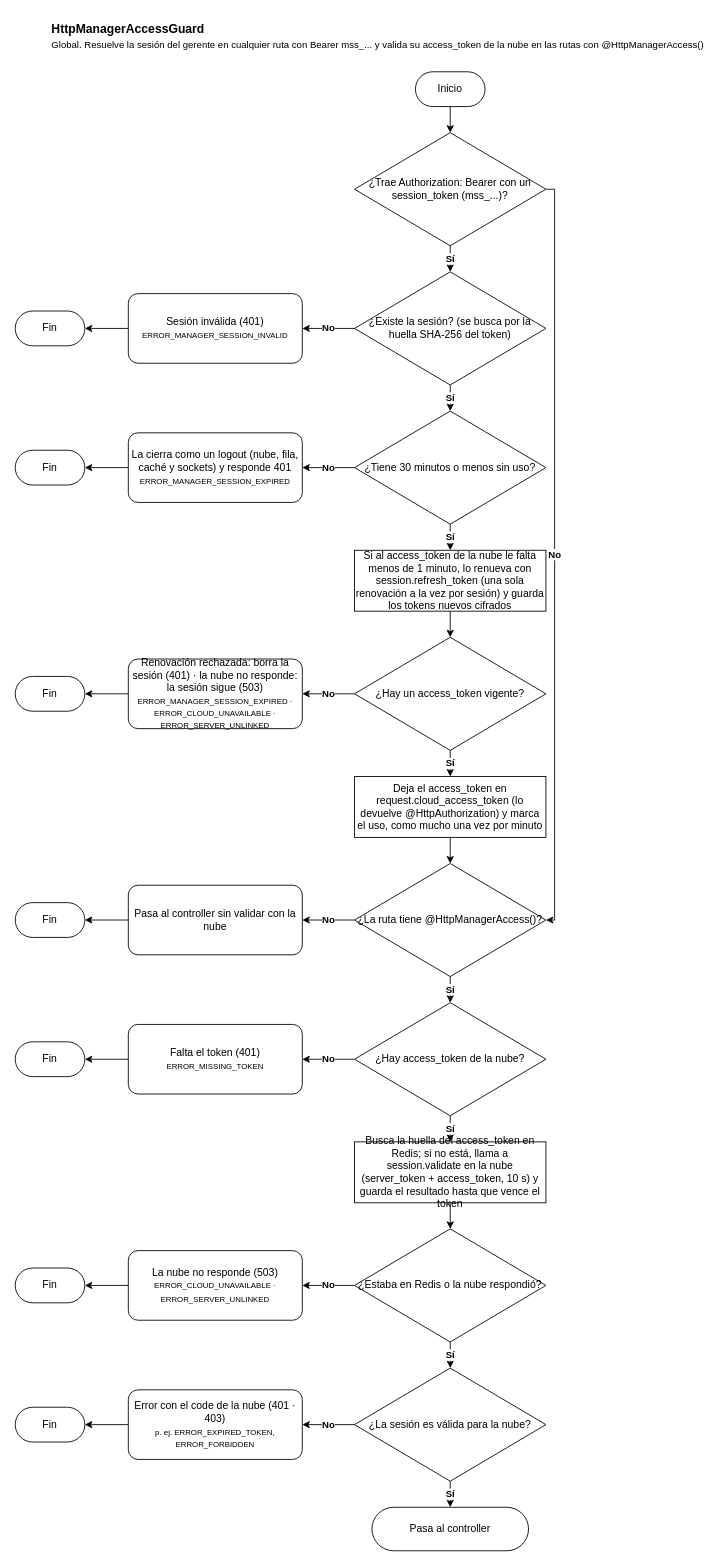
The draw.io diagram documents/diagrams/workflows/common/local/manager-access-guard.drawio in Andry510/miyabi-restaurant-server, before the edit. Source tidied: cells renumbered, new cells numbered last; positions are measured from the earlier drawing's top-left corner, leaving out a move shared by most shapes. Both pictures are drawn from the tidied source at 87%, with x=0, y=0 at pixel (15, 15).
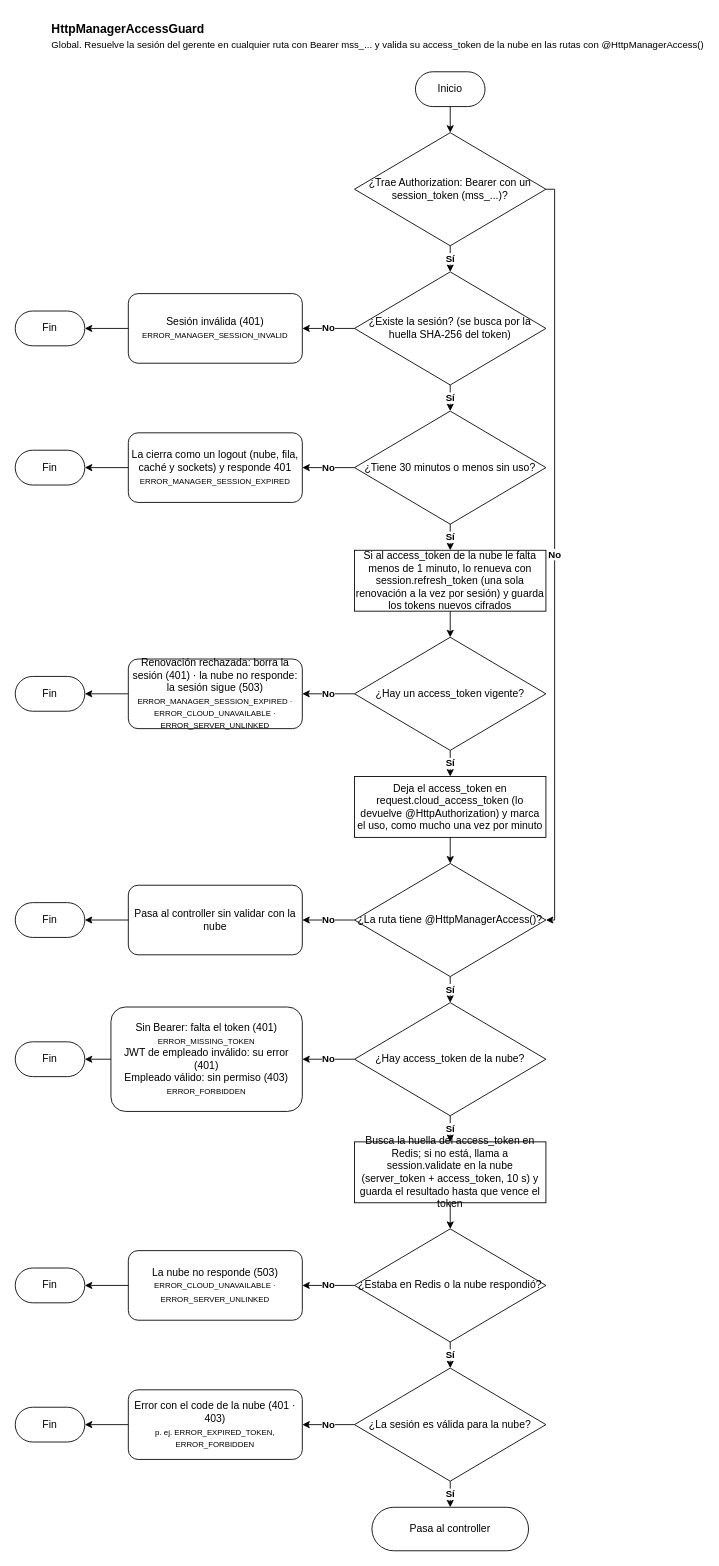
The same page after the edit.

Commit message (it also covers changes not shown here):
feature(session): tell the manager socket when an admin revoked the session and answer 403 when an employee token reaches a manager route

Diff of the diagram source:
```diff
@@
-    <mxCell id="36" value="Falta el token (401)&lt;br&gt;&lt;font style=&quot;font-size: 9px;&quot;&gt;ERROR_MISSING_TOKEN&lt;/font&gt;" style="rounded=1;whiteSpace=wrap;html=1;arcSize=14;" parent="1" vertex="1">
-      <mxGeometry x="130" y="1160" width="200" height="80" as="geometry" />
+    <mxCell id="36" value="Sin Bearer: falta el token (401)&lt;br&gt;&lt;font style=&quot;font-size: 9px;&quot;&gt;ERROR_MISSING_TOKEN&lt;/font&gt;&lt;br&gt;JWT de empleado inválido: su error (401)&lt;br&gt;Empleado válido: sin permiso (403)&lt;br&gt;&lt;font style=&quot;font-size: 9px;&quot;&gt;ERROR_FORBIDDEN&lt;/font&gt;" style="rounded=1;whiteSpace=wrap;html=1;arcSize=14;" parent="1" vertex="1">
+      <mxGeometry x="110" y="1140" width="220" height="120" as="geometry" />
     </mxCell>
```
